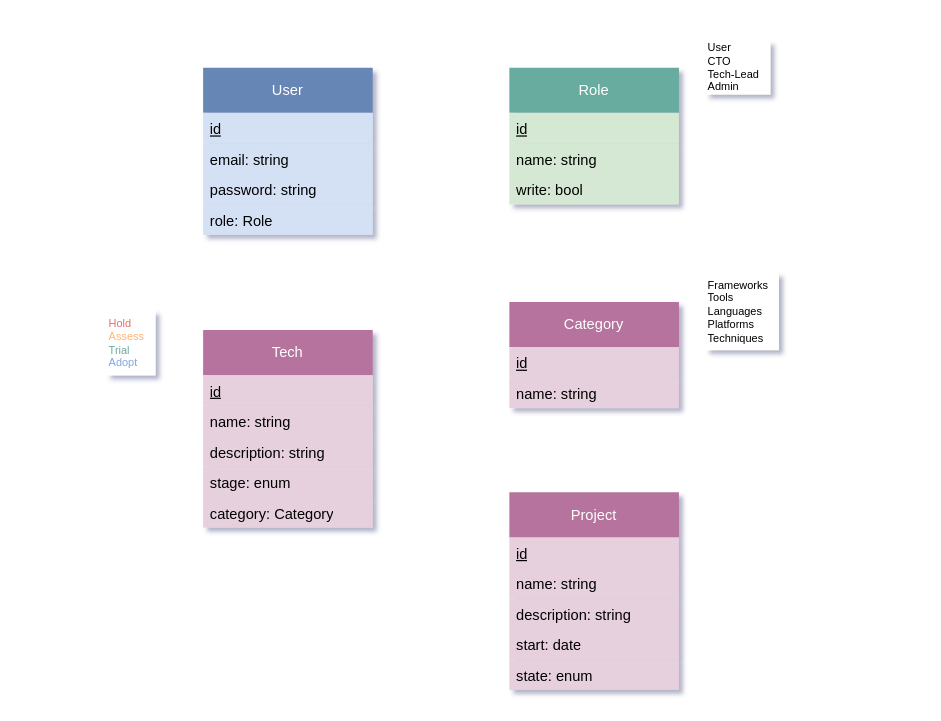
Earlier version of the draw.io diagram page "LogPersistor" (2 of 3) of res/diagrams.drawio (go-hslu/weblab_project). Source tidied: cells renumbered, new cells numbered last; positions are measured from the earlier drawing's top-left corner, leaving out a move shared by most shapes. Both pictures are drawn from the tidied source at 122%, with x=0, y=0 at pixel (106, 40).
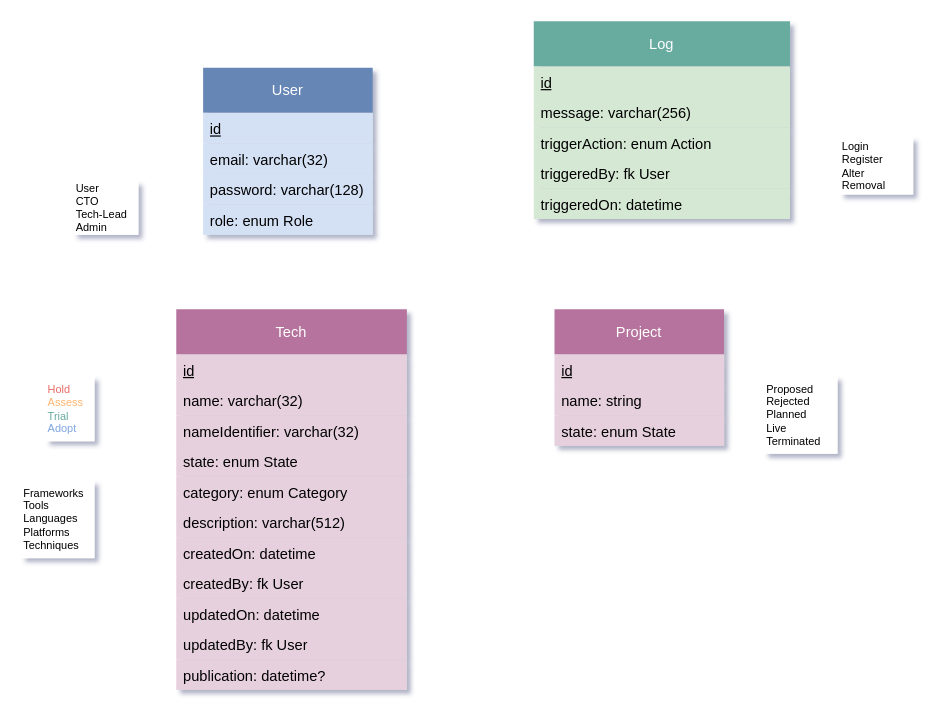
The same page after the edit.

Unchanged cells that the change refers to:
```xml
<mxCell id="2" value="User" style="swimlane;fontStyle=0;horizontal=1;startSize=37;fillColor=#6686B5;whiteSpace=wrap;html=1;strokeColor=none;fontColor=#FFFFFF;" parent="1" vertex="1">
  <mxGeometry x="79" y="22" width="139" height="137" as="geometry" />
</mxCell>
```

Change to the diagram source:
```diff
@@
-    <mxCell id="4" value="email: string" style="text;strokeColor=none;fillColor=#D4E1F5;align=left;verticalAlign=top;spacingLeft=4;spacingRight=4;overflow=hidden;whiteSpace=wrap;html=1;fontStyle=0;" parent="2" vertex="1">
+    <mxCell id="4" value="email: varchar(32)" style="text;strokeColor=none;fillColor=#D4E1F5;align=left;verticalAlign=top;spacingLeft=4;spacingRight=4;overflow=hidden;whiteSpace=wrap;html=1;fontStyle=0;" parent="2" vertex="1">
       <mxGeometry y="62" width="139" height="25" as="geometry" />
     </mxCell>
-    <mxCell id="5" value="password: string" style="text;strokeColor=none;fillColor=#D4E1F5;align=left;verticalAlign=top;spacingLeft=4;spacingRight=4;overflow=hidden;whiteSpace=wrap;html=1;" parent="2" vertex="1">
+    <mxCell id="5" value="password: varchar(128)" style="text;strokeColor=none;fillColor=#D4E1F5;align=left;verticalAlign=top;spacingLeft=4;spacingRight=4;overflow=hidden;whiteSpace=wrap;html=1;" parent="2" vertex="1">
       <mxGeometry y="87" width="139" height="25" as="geometry" />
     </mxCell>
-    <mxCell id="6" value="role: Role" style="text;strokeColor=none;fillColor=#D4E1F5;align=left;verticalAlign=top;spacingLeft=4;spacingRight=4;overflow=hidden;whiteSpace=wrap;html=1;" parent="2" vertex="1">
+    <mxCell id="6" value="role: enum Role" style="text;strokeColor=none;fillColor=#D4E1F5;align=left;verticalAlign=top;spacingLeft=4;spacingRight=4;overflow=hidden;whiteSpace=wrap;html=1;" parent="2" vertex="1">
       <mxGeometry y="112" width="139" height="25" as="geometry" />
     </mxCell>
-    <mxCell id="7" value="Role" style="swimlane;fontStyle=0;horizontal=1;startSize=37;fillColor=#67AB9F;whiteSpace=wrap;html=1;strokeColor=none;fontColor=#FFFFFF;" parent="1" vertex="1">
-      <mxGeometry x="330" y="22" width="139" height="112" as="geometry" />
+    <mxCell id="7" value="Log" style="swimlane;fontStyle=0;horizontal=1;startSize=37;fillColor=#67AB9F;whiteSpace=wrap;html=1;strokeColor=none;fontColor=#FFFFFF;" parent="1" vertex="1">
+      <mxGeometry x="350" y="-16" width="210" height="162" as="geometry" />
     </mxCell>
     <mxCell id="8" value="id" style="text;strokeColor=none;fillColor=#D5E8D4;align=left;verticalAlign=top;spacingLeft=4;spacingRight=4;overflow=hidden;whiteSpace=wrap;html=1;fontStyle=4;" parent="7" vertex="1">
-      <mxGeometry y="37" width="139" height="25" as="geometry" />
+      <mxGeometry y="37" width="210" height="25" as="geometry" />
     </mxCell>
-    <mxCell id="9" value="name: string" style="text;strokeColor=none;fillColor=#D5E8D4;align=left;verticalAlign=top;spacingLeft=4;spacingRight=4;overflow=hidden;whiteSpace=wrap;html=1;fontStyle=0;" parent="7" vertex="1">
-      <mxGeometry y="62" width="139" height="25" as="geometry" />
+    <mxCell id="9" value="message: varchar(256)" style="text;strokeColor=none;fillColor=#D5E8D4;align=left;verticalAlign=top;spacingLeft=4;spacingRight=4;overflow=hidden;whiteSpace=wrap;html=1;fontStyle=0;" parent="7" vertex="1">
+      <mxGeometry y="62" width="210" height="25" as="geometry" />
     </mxCell>
-    <mxCell id="10" value="write: bool" style="text;strokeColor=none;fillColor=#D5E8D4;align=left;verticalAlign=top;spacingLeft=4;spacingRight=4;overflow=hidden;whiteSpace=wrap;html=1;" parent="7" vertex="1">
-      <mxGeometry y="87" width="139" height="25" as="geometry" />
+    <mxCell id="10" value="triggerAction: enum Action" style="text;strokeColor=none;fillColor=#D5E8D4;align=left;verticalAlign=top;spacingLeft=4;spacingRight=4;overflow=hidden;whiteSpace=wrap;html=1;" parent="7" vertex="1">
+      <mxGeometry y="87" width="210" height="25" as="geometry" />
     </mxCell>
+    <mxCell id="29" value="triggeredBy: fk User" style="text;strokeColor=none;fillColor=#D5E8D4;align=left;verticalAlign=top;spacingLeft=4;spacingRight=4;overflow=hidden;whiteSpace=wrap;html=1;" parent="7" vertex="1">
+      <mxGeometry y="112" width="210" height="25" as="geometry" />
+    </mxCell>
+    <mxCell id="30" value="triggeredOn: datetime" style="text;strokeColor=none;fillColor=#D5E8D4;align=left;verticalAlign=top;spacingLeft=4;spacingRight=4;overflow=hidden;whiteSpace=wrap;html=1;" parent="7" vertex="1">
+      <mxGeometry y="137" width="210" height="25" as="geometry" />
+    </mxCell>
     <mxCell id="11" value="Tech" style="swimlane;fontStyle=0;horizontal=1;startSize=37;fillColor=#B5739D;whiteSpace=wrap;html=1;strokeColor=none;fontColor=#FFFFFF;" parent="1" vertex="1">
-      <mxGeometry x="79" y="237" width="139" height="162" as="geometry" />
+      <mxGeometry x="57" y="220" width="189" height="312" as="geometry" />
     </mxCell>
     <mxCell id="12" value="id" style="text;strokeColor=none;fillColor=#E6D0DE;align=left;verticalAlign=top;spacingLeft=4;spacingRight=4;overflow=hidden;whiteSpace=wrap;html=1;fontStyle=4;" parent="11" vertex="1">
-      <mxGeometry y="37" width="139" height="25" as="geometry" />
+      <mxGeometry y="37" width="189" height="25" as="geometry" />
     </mxCell>
-    <mxCell id="13" value="name: string" style="text;strokeColor=none;fillColor=#E6D0DE;align=left;verticalAlign=top;spacingLeft=4;spacingRight=4;overflow=hidden;whiteSpace=wrap;html=1;" parent="11" vertex="1">
-      <mxGeometry y="62" width="139" height="25" as="geometry" />
+    <mxCell id="13" value="name: varchar(32)" style="text;strokeColor=none;fillColor=#E6D0DE;align=left;verticalAlign=top;spacingLeft=4;spacingRight=4;overflow=hidden;whiteSpace=wrap;html=1;" parent="11" vertex="1">
+      <mxGeometry y="62" width="189" height="25" as="geometry" />
     </mxCell>
-    <mxCell id="14" value="description: string" style="text;strokeColor=none;fillColor=#E6D0DE;align=left;verticalAlign=top;spacingLeft=4;spacingRight=4;overflow=hidden;whiteSpace=wrap;html=1;" parent="11" vertex="1">
-      <mxGeometry y="87" width="139" height="25" as="geometry" />
-    </mxCell>
+    <mxCell id="31" value="nameIdentifier: varchar(32)" style="text;strokeColor=none;fillColor=#E6D0DE;align=left;verticalAlign=top;spacingLeft=4;spacingRight=4;overflow=hidden;whiteSpace=wrap;html=1;" parent="11" vertex="1">
+      <mxGeometry y="87" width="189" height="25" as="geometry" />
+    </mxCell>
-    <mxCell id="15" value="stage: enum" style="text;strokeColor=none;fillColor=#E6D0DE;align=left;verticalAlign=top;spacingLeft=4;spacingRight=4;overflow=hidden;whiteSpace=wrap;html=1;" parent="11" vertex="1">
-      <mxGeometry y="112" width="139" height="25" as="geometry" />
+    <mxCell id="15" value="state: enum State" style="text;strokeColor=none;fillColor=#E6D0DE;align=left;verticalAlign=top;spacingLeft=4;spacingRight=4;overflow=hidden;whiteSpace=wrap;html=1;" parent="11" vertex="1">
+      <mxGeometry y="112" width="189" height="25" as="geometry" />
     </mxCell>
-    <mxCell id="16" value="category: Category" style="text;strokeColor=none;fillColor=#E6D0DE;align=left;verticalAlign=top;spacingLeft=4;spacingRight=4;overflow=hidden;whiteSpace=wrap;html=1;" parent="11" vertex="1">
-      <mxGeometry y="137" width="139" height="25" as="geometry" />
+    <mxCell id="16" value="category: enum Category" style="text;strokeColor=none;fillColor=#E6D0DE;align=left;verticalAlign=top;spacingLeft=4;spacingRight=4;overflow=hidden;whiteSpace=wrap;html=1;" parent="11" vertex="1">
+      <mxGeometry y="137" width="189" height="25" as="geometry" />
     </mxCell>
-    <mxCell id="17" value="Category" style="swimlane;fontStyle=0;horizontal=1;startSize=37;fillColor=#B5739D;whiteSpace=wrap;html=1;strokeColor=none;fontColor=#FFFFFF;" parent="1" vertex="1">
-      <mxGeometry x="330" y="214" width="139" height="87" as="geometry" />
-    </mxCell>
-    <mxCell id="18" value="id" style="text;strokeColor=none;fillColor=#E6D0DE;align=left;verticalAlign=top;spacingLeft=4;spacingRight=4;overflow=hidden;whiteSpace=wrap;html=1;fontStyle=4;" parent="17" vertex="1">
-      <mxGeometry y="37" width="139" height="25" as="geometry" />
-    </mxCell>
-    <mxCell id="19" value="name: string" style="text;strokeColor=none;fillColor=#E6D0DE;align=left;verticalAlign=top;spacingLeft=4;spacingRight=4;overflow=hidden;whiteSpace=wrap;html=1;" parent="17" vertex="1">
-      <mxGeometry y="62" width="139" height="25" as="geometry" />
-    </mxCell>
+    <mxCell id="14" value="description: varchar(512)" style="text;strokeColor=none;fillColor=#E6D0DE;align=left;verticalAlign=top;spacingLeft=4;spacingRight=4;overflow=hidden;whiteSpace=wrap;html=1;" parent="11" vertex="1">
+      <mxGeometry y="162" width="189" height="25" as="geometry" />
+    </mxCell>
+    <mxCell id="32" value="createdOn: datetime" style="text;strokeColor=none;fillColor=#E6D0DE;align=left;verticalAlign=top;spacingLeft=4;spacingRight=4;overflow=hidden;whiteSpace=wrap;html=1;" parent="11" vertex="1">
+      <mxGeometry y="187" width="189" height="25" as="geometry" />
+    </mxCell>
+    <mxCell id="33" value="createdBy: fk User" style="text;strokeColor=none;fillColor=#E6D0DE;align=left;verticalAlign=top;spacingLeft=4;spacingRight=4;overflow=hidden;whiteSpace=wrap;html=1;" parent="11" vertex="1">
+      <mxGeometry y="212" width="189" height="25" as="geometry" />
+    </mxCell>
+    <mxCell id="34" value="updatedOn: datetime" style="text;strokeColor=none;fillColor=#E6D0DE;align=left;verticalAlign=top;spacingLeft=4;spacingRight=4;overflow=hidden;whiteSpace=wrap;html=1;" parent="11" vertex="1">
+      <mxGeometry y="237" width="189" height="25" as="geometry" />
+    </mxCell>
+    <mxCell id="35" value="updatedBy: fk User" style="text;strokeColor=none;fillColor=#E6D0DE;align=left;verticalAlign=top;spacingLeft=4;spacingRight=4;overflow=hidden;whiteSpace=wrap;html=1;" parent="11" vertex="1">
+      <mxGeometry y="262" width="189" height="25" as="geometry" />
+    </mxCell>
+    <mxCell id="36" value="publication: datetime?" style="text;strokeColor=none;fillColor=#E6D0DE;align=left;verticalAlign=top;spacingLeft=4;spacingRight=4;overflow=hidden;whiteSpace=wrap;html=1;" parent="11" vertex="1">
+      <mxGeometry y="287" width="189" height="25" as="geometry" />
+    </mxCell>
     <mxCell id="20" value="&lt;span style=&quot;background-color: initial;&quot;&gt;Frameworks&lt;/span&gt;&lt;br&gt;&lt;span style=&quot;background-color: initial;&quot;&gt;Tools&lt;/span&gt;&lt;br&gt;&lt;span style=&quot;background-color: initial;&quot;&gt;Languages&lt;/span&gt;&lt;br&gt;&lt;span style=&quot;background-color: initial;&quot;&gt;Platforms&lt;/span&gt;&lt;br&gt;&lt;span style=&quot;background-color: initial;&quot;&gt;Techniques&lt;/span&gt;" style="text;html=1;strokeColor=none;fillColor=default;align=left;verticalAlign=middle;whiteSpace=wrap;rounded=0;fontSize=9;" parent="1" vertex="1">
-      <mxGeometry x="491" y="190" width="60" height="63.5" as="geometry" />
+      <mxGeometry x="-70" y="360.5" width="60" height="63.5" as="geometry" />
     </mxCell>
     <mxCell id="21" value="&lt;span style=&quot;background-color: initial;&quot;&gt;User&lt;/span&gt;&lt;br&gt;&lt;span style=&quot;background-color: initial;&quot;&gt;CTO&lt;/span&gt;&lt;br&gt;&lt;span style=&quot;background-color: initial;&quot;&gt;Tech-Lead&lt;/span&gt;&lt;br&gt;&lt;span style=&quot;background-color: initial;&quot;&gt;Admin&lt;/span&gt;" style="text;html=1;strokeColor=none;fillColor=default;align=left;verticalAlign=middle;whiteSpace=wrap;rounded=0;fontSize=9;" parent="1" vertex="1">
-      <mxGeometry x="491" width="53" height="44" as="geometry" />
+      <mxGeometry x="-27" y="115" width="53" height="44" as="geometry" />
     </mxCell>
     <mxCell id="22" value="&lt;span style=&quot;color: rgb(234, 107, 102); background-color: initial;&quot;&gt;Hold&lt;/span&gt;&lt;br&gt;&lt;span style=&quot;color: rgb(255, 181, 112); background-color: initial;&quot;&gt;Assess&lt;/span&gt;&lt;br&gt;&lt;span style=&quot;color: rgb(103, 171, 159); background-color: initial;&quot;&gt;Trial&lt;/span&gt;&lt;br&gt;&lt;span style=&quot;color: rgb(126, 166, 224); background-color: initial;&quot;&gt;Adopt&lt;/span&gt;" style="text;html=1;strokeColor=none;fillColor=default;align=left;verticalAlign=middle;whiteSpace=wrap;rounded=0;fontSize=9;" parent="1" vertex="1">
-      <mxGeometry y="221" width="40" height="53.2" as="geometry" />
+      <mxGeometry x="-50" y="275" width="40" height="53.2" as="geometry" />
     </mxCell>
     <mxCell id="23" value="Project" style="swimlane;fontStyle=0;horizontal=1;startSize=37;fillColor=#B5739D;whiteSpace=wrap;html=1;strokeColor=none;fontColor=#FFFFFF;" parent="1" vertex="1">
-      <mxGeometry x="330" y="370" width="139" height="162" as="geometry" />
+      <mxGeometry x="367" y="220" width="139" height="112" as="geometry" />
     </mxCell>
@@
-    <mxCell id="26" value="description: string" style="text;strokeColor=none;fillColor=#E6D0DE;align=left;verticalAlign=top;spacingLeft=4;spacingRight=4;overflow=hidden;whiteSpace=wrap;html=1;" parent="23" vertex="1">
-      <mxGeometry y="87" width="139" height="25" as="geometry" />
-    </mxCell>
-    <mxCell id="27" value="start: date" style="text;strokeColor=none;fillColor=#E6D0DE;align=left;verticalAlign=top;spacingLeft=4;spacingRight=4;overflow=hidden;whiteSpace=wrap;html=1;" parent="23" vertex="1">
-      <mxGeometry y="112" width="139" height="25" as="geometry" />
-    </mxCell>
-    <mxCell id="28" value="state: enum" style="text;strokeColor=none;fillColor=#E6D0DE;align=left;verticalAlign=top;spacingLeft=4;spacingRight=4;overflow=hidden;whiteSpace=wrap;html=1;" parent="23" vertex="1">
-      <mxGeometry y="137" width="139" height="25" as="geometry" />
+    <mxCell id="28" value="state: enum State" style="text;strokeColor=none;fillColor=#E6D0DE;align=left;verticalAlign=top;spacingLeft=4;spacingRight=4;overflow=hidden;whiteSpace=wrap;html=1;" parent="23" vertex="1">
+      <mxGeometry y="87" width="139" height="25" as="geometry" />
     </mxCell>
+    <mxCell id="37" value="Proposed&lt;br&gt;Rejected&lt;br&gt;Planned&lt;br&gt;Live&lt;br&gt;Terminated" style="text;html=1;strokeColor=none;fillColor=default;align=left;verticalAlign=middle;whiteSpace=wrap;rounded=0;fontSize=9;" parent="1" vertex="1">
+      <mxGeometry x="539" y="275" width="60" height="63.5" as="geometry" />
+    </mxCell>
+    <mxCell id="38" value="Login&lt;br&gt;Register&lt;br&gt;Alter&lt;br&gt;Removal" style="text;html=1;strokeColor=none;fillColor=default;align=left;verticalAlign=middle;whiteSpace=wrap;rounded=0;fontSize=9;" parent="1" vertex="1">
+      <mxGeometry x="601" y="79" width="60" height="47" as="geometry" />
+    </mxCell>
```
